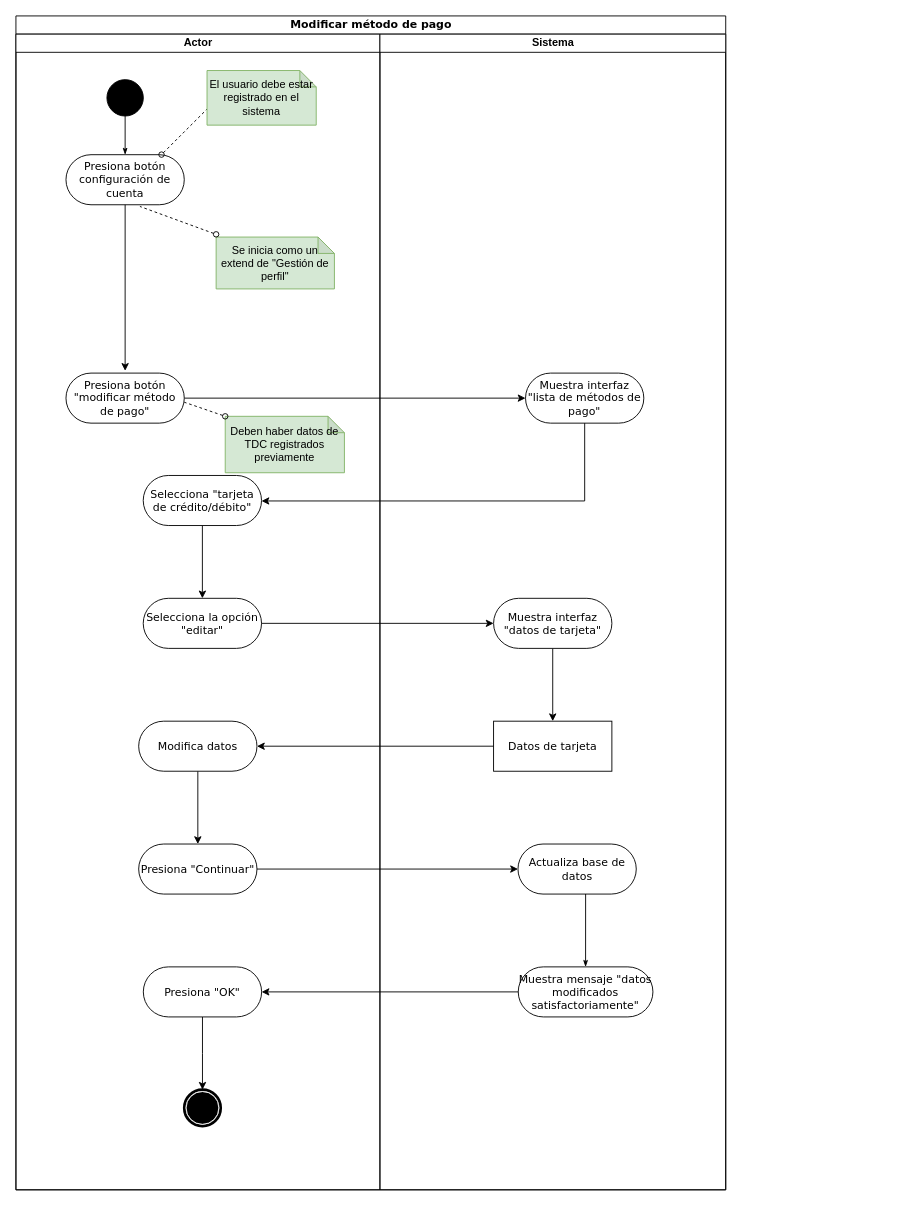
Earlier version of the draw.io diagram IHC Flujo 4.drawio (NeutronBlast/IS-Ex). Source tidied: cells renumbered, new cells numbered last; positions are measured from the earlier drawing's top-left corner, leaving out a move shared by most shapes. Both pictures are drawn from the tidied source at 91%, with x=0, y=0 at pixel (15, 15).
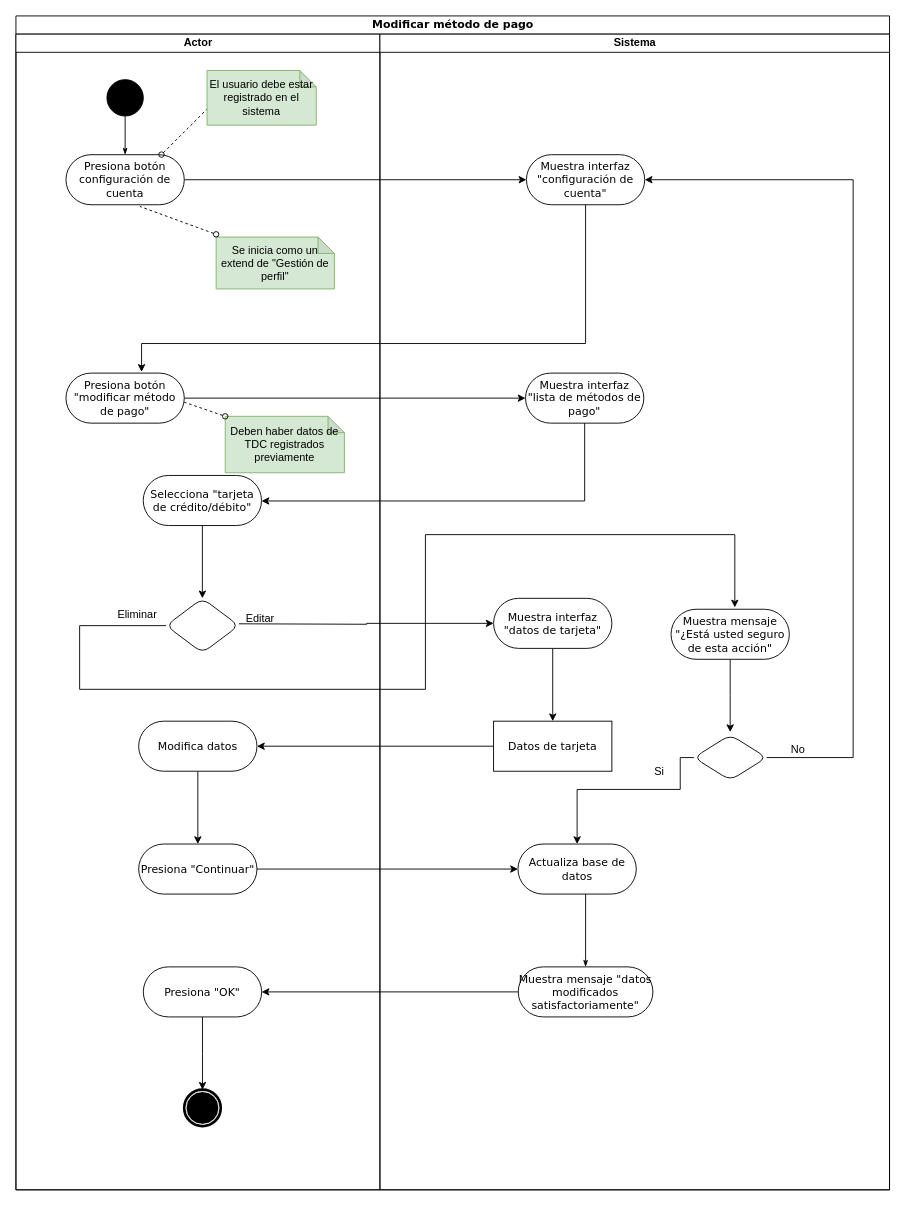
Above is the later version.

The change refers to these unchanged cells:
```xml
<mxCell id="3" value="Actor" style="swimlane;html=1;startSize=20;" parent="2" vertex="1">
  <mxGeometry y="20" width="400" height="1270" as="geometry" />
</mxCell>
<mxCell id="5" value="Selecciona &quot;tarjeta de crédito/débito&quot;" style="rounded=1;whiteSpace=wrap;html=1;shadow=0;comic=0;labelBackgroundColor=none;strokeColor=#000000;strokeWidth=1;fillColor=#ffffff;fontFamily=Verdana;fontSize=12;fontColor=#000000;align=center;arcSize=50;" parent="3" vertex="1">
  <mxGeometry x="139.9" y="485" width="130" height="55" as="geometry" />
</mxCell>
<mxCell id="19" value="Muestra interfaz &quot;datos de tarjeta&quot;" style="rounded=1;whiteSpace=wrap;html=1;shadow=0;comic=0;labelBackgroundColor=none;strokeColor=#000000;strokeWidth=1;fillColor=#ffffff;fontFamily=Verdana;fontSize=12;fontColor=#000000;align=center;arcSize=50;" parent="15" vertex="1">
  <mxGeometry x="124.9" y="620" width="130" height="55" as="geometry" />
</mxCell>
<mxCell id="21" value="Actualiza base de datos" style="rounded=1;whiteSpace=wrap;html=1;shadow=0;comic=0;labelBackgroundColor=none;strokeColor=#000000;strokeWidth=1;fillColor=#ffffff;fontFamily=Verdana;fontSize=12;fontColor=#000000;align=center;arcSize=50;" parent="15" vertex="1">
  <mxGeometry x="151.7" y="890" width="130" height="55" as="geometry" />
</mxCell>
<mxCell id="30" value="Presiona botón configuración de cuenta" style="rounded=1;whiteSpace=wrap;html=1;shadow=0;comic=0;labelBackgroundColor=none;strokeColor=#000000;strokeWidth=1;fillColor=#ffffff;fontFamily=Verdana;fontSize=12;fontColor=#000000;align=center;arcSize=50;" parent="1" vertex="1">
  <mxGeometry x="55" y="152.5" width="130" height="55" as="geometry" />
</mxCell>
<mxCell id="36" value="Presiona botón &quot;modificar método de pago&quot;" style="rounded=1;whiteSpace=wrap;html=1;shadow=0;comic=0;labelBackgroundColor=none;strokeColor=#000000;strokeWidth=1;fillColor=#ffffff;fontFamily=Verdana;fontSize=12;fontColor=#000000;align=center;arcSize=50;" parent="1" vertex="1">
  <mxGeometry x="55" y="392.5" width="130" height="55" as="geometry" />
</mxCell>
```

What changed in the source:
```diff
@@
     <mxCell id="2" value="Modificar método de pago" style="swimlane;html=1;startSize=20;rounded=0;shadow=0;comic=0;labelBackgroundColor=none;strokeColor=#000000;strokeWidth=1;fillColor=#ffffff;fontFamily=Verdana;fontSize=12;fontColor=#000000;align=center;" parent="1" vertex="1">
-      <mxGeometry width="780" height="1290" as="geometry" />
+      <mxGeometry width="960" height="1290" as="geometry" />
     </mxCell>
@@
-    <mxCell id="4" style="edgeStyle=orthogonalEdgeStyle;rounded=0;jettySize=auto;html=1;" parent="3" edge="1" source="5" target="6">
-      <mxGeometry relative="1" as="geometry" />
+    <mxCell id="4" style="edgeStyle=orthogonalEdgeStyle;rounded=0;jettySize=auto;html=1;" parent="3" edge="1" source="5">
+      <mxGeometry relative="1" as="geometry">
+        <mxPoint x="204.9" y="620" as="targetPoint" />
+      </mxGeometry>
     </mxCell>
@@
-    <mxCell id="6" value="Selecciona la opción &quot;editar&quot;" style="rounded=1;whiteSpace=wrap;html=1;shadow=0;comic=0;labelBackgroundColor=none;strokeColor=#000000;strokeWidth=1;fillColor=#ffffff;fontFamily=Verdana;fontSize=12;fontColor=#000000;align=center;arcSize=50;" parent="3" vertex="1">
-      <mxGeometry x="139.9" y="620" width="130" height="55" as="geometry" />
-    </mxCell>
@@
+    <mxCell id="38" style="edgeStyle=orthogonalEdgeStyle;rounded=0;jettySize=auto;html=1;" parent="3" edge="1" source="39">
+      <mxGeometry relative="1" as="geometry">
+        <mxPoint x="790" y="630" as="targetPoint" />
+        <Array as="points">
+          <mxPoint x="70" y="650" />
+          <mxPoint x="70" y="720" />
+          <mxPoint x="450" y="720" />
+          <mxPoint x="450" y="550" />
+          <mxPoint x="790" y="550" />
+        </Array>
+      </mxGeometry>
+    </mxCell>
+    <mxCell id="39" style="rhombus;whiteSpace=wrap;html=1;rounded=1;" parent="3" vertex="1">
+      <mxGeometry x="165" y="620" width="80" height="60" as="geometry" />
+    </mxCell>
+    <mxCell id="40" value="Eliminar" style="text;html=1;align=left;verticalAlign=top;spacingTop=-4;" parent="3" vertex="1">
+      <mxGeometry x="110" y="627.5" width="60" height="20" as="geometry" />
+    </mxCell>
     <mxCell id="15" value="Sistema" style="swimlane;html=1;startSize=20;" parent="2" vertex="1">
-      <mxGeometry x="400" y="20" width="380" height="1270" as="geometry" />
+      <mxGeometry x="400" y="20" width="560" height="1270" as="geometry" />
     </mxCell>
@@
+    <mxCell id="41" style="edgeStyle=orthogonalEdgeStyle;rounded=0;jettySize=auto;html=1;" parent="15" edge="1" source="42">
+      <mxGeometry relative="1" as="geometry">
+        <mxPoint x="384.9" y="767" as="targetPoint" />
+      </mxGeometry>
+    </mxCell>
+    <mxCell id="42" value="Muestra mensaje &quot;¿Está usted seguro de esta acción&quot;" style="rounded=1;whiteSpace=wrap;html=1;shadow=0;comic=0;labelBackgroundColor=none;strokeColor=#000000;strokeWidth=1;fillColor=#ffffff;fontFamily=Verdana;fontSize=12;fontColor=#000000;align=center;arcSize=50;" parent="15" vertex="1">
+      <mxGeometry x="319.9" y="632" width="130" height="55" as="geometry" />
+    </mxCell>
+    <mxCell id="43" style="edgeStyle=orthogonalEdgeStyle;rounded=0;jettySize=auto;html=1;entryX=1;entryY=0.5;entryDx=0;entryDy=0;" parent="15" edge="1" source="45" target="46">
+      <mxGeometry relative="1" as="geometry">
+        <Array as="points">
+          <mxPoint x="520" y="795" />
+          <mxPoint x="520" y="160" />
+        </Array>
+      </mxGeometry>
+    </mxCell>
+    <mxCell id="44" style="edgeStyle=orthogonalEdgeStyle;rounded=0;jettySize=auto;html=1;entryX=0.5;entryY=0;entryDx=0;entryDy=0;" parent="15" edge="1" source="45" target="21">
+      <mxGeometry relative="1" as="geometry">
+        <Array as="points">
+          <mxPoint x="330" y="795" />
+          <mxPoint x="330" y="830" />
+          <mxPoint x="217" y="830" />
+        </Array>
+      </mxGeometry>
+    </mxCell>
+    <mxCell id="45" style="rhombus;whiteSpace=wrap;html=1;rounded=1;" parent="15" vertex="1">
+      <mxGeometry x="345" y="770" width="80" height="50" as="geometry" />
+    </mxCell>
+    <mxCell id="46" value="Muestra interfaz &quot;configuración de cuenta&quot;" style="rounded=1;whiteSpace=wrap;html=1;shadow=0;comic=0;labelBackgroundColor=none;strokeColor=#000000;strokeWidth=1;fillColor=#ffffff;fontFamily=Verdana;fontSize=12;fontColor=#000000;align=center;arcSize=50;" parent="15" vertex="1">
+      <mxGeometry x="161" y="132.5" width="130" height="55" as="geometry" />
+    </mxCell>
@@
-    <mxCell id="24" style="edgeStyle=orthogonalEdgeStyle;rounded=0;jettySize=auto;html=1;" parent="2" edge="1" source="6" target="19">
-      <mxGeometry relative="1" as="geometry" />
+    <mxCell id="24" style="edgeStyle=orthogonalEdgeStyle;rounded=0;jettySize=auto;html=1;" parent="2" edge="1" target="19">
+      <mxGeometry relative="1" as="geometry">
+        <mxPoint x="245" y="668" as="sourcePoint" />
+      </mxGeometry>
     </mxCell>
@@
-    <mxCell id="29" style="edgeStyle=orthogonalEdgeStyle;rounded=0;orthogonalLoop=1;jettySize=auto;html=1;startArrow=oval;startFill=0;" parent="1" edge="1">
-      <mxGeometry relative="1" as="geometry">
-        <mxPoint x="120" y="200" as="sourcePoint" />
-        <mxPoint x="120" y="390" as="targetPoint" />
-      </mxGeometry>
-    </mxCell>
+    <mxCell id="47" style="edgeStyle=orthogonalEdgeStyle;rounded=0;jettySize=auto;html=1;" parent="1" edge="1" source="30" target="46">
+      <mxGeometry relative="1" as="geometry" />
+    </mxCell>
@@
+    <mxCell id="48" value="Editar" style="text;html=1;align=left;verticalAlign=top;spacingTop=-4;" parent="1" vertex="1">
+      <mxGeometry x="251" y="652" width="50" height="20" as="geometry" />
+    </mxCell>
+    <mxCell id="49" style="edgeStyle=orthogonalEdgeStyle;rounded=0;jettySize=auto;html=1;entryX=0.639;entryY=-0.024;entryDx=0;entryDy=0;entryPerimeter=0;" parent="1" edge="1" source="46" target="36">
+      <mxGeometry relative="1" as="geometry">
+        <Array as="points">
+          <mxPoint x="626" y="360" />
+          <mxPoint x="138" y="360" />
+        </Array>
+      </mxGeometry>
+    </mxCell>
+    <mxCell id="50" value="No" style="text;html=1;align=left;verticalAlign=top;spacingTop=-4;" parent="1" vertex="1">
+      <mxGeometry x="850" y="797" width="30" height="20" as="geometry" />
+    </mxCell>
+    <mxCell id="51" value="Si" style="text;html=1;align=left;verticalAlign=top;spacingTop=-4;" parent="1" vertex="1">
+      <mxGeometry x="700" y="821" width="30" height="20" as="geometry" />
+    </mxCell>
```
